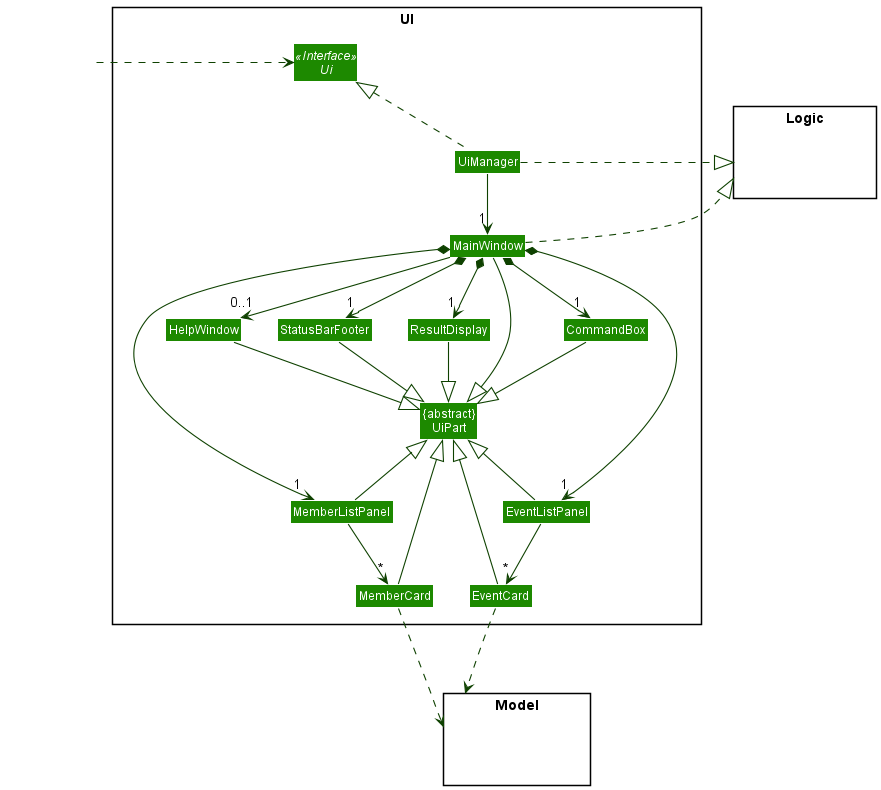
The PlantUML diagram docs/images/UiClassDiagram.png in nus-cs2103-AY2122S1/tp, before a commit.
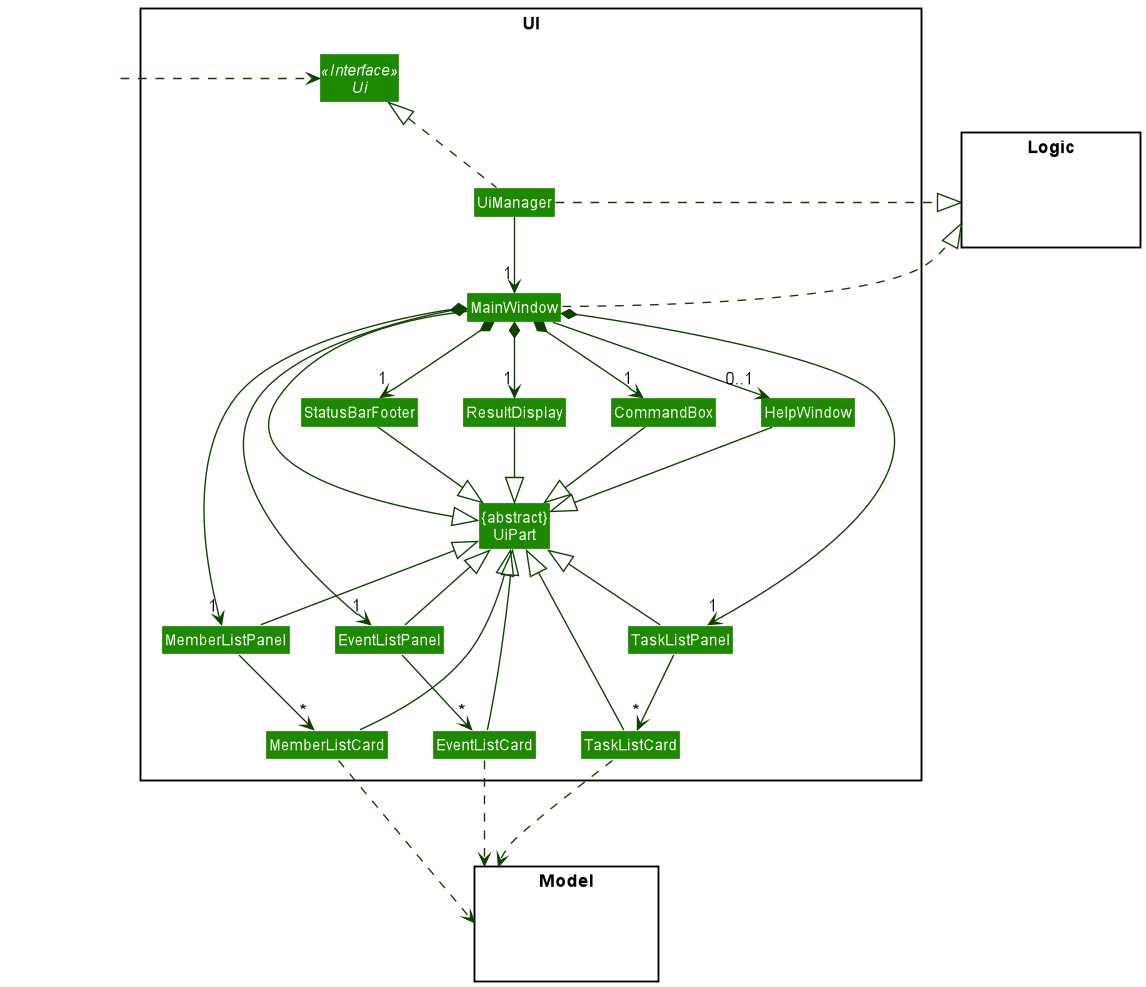
The same diagram one commit later.

The edit, as a diff of the source:
```diff
@@ -12,11 +12,13 @@
 Class HelpWindow
 Class ResultDisplay
 Class MemberListPanel
-Class MemberCard
+Class MemberListCard
 Class StatusBarFooter
 Class CommandBox
 Class EventListPanel
-Class EventCard
+Class EventListCard
+Class TaskListPanel
+Class TaskListCard
 }
 
 package Model <<Rectangle>> {
@@ -39,6 +41,7 @@
 MainWindow -right-|> UiPart
 MainWindow *-down-> "1" MemberListPanel
 MainWindow *-down-> "1" EventListPanel
+MainWindow *-down-> "1" TaskListPanel
 MainWindow *-right-> "1" StatusBarFooter
 MainWindow *-right->  "1" CommandBox
 MainWindow *-right-> "1" ResultDisplay
@@ -48,19 +51,24 @@
 ResultDisplay -[hidden]left- StatusBarFooter
 CommandBox -[hidden]left- ResultDisplay
 EventListPanel -[hidden]left- MemberListPanel
+TaskListPanel -[hidden]left- MemberListPanel
 
 ResultDisplay --|> UiPart
 CommandBox --|> UiPart
 StatusBarFooter --|> UiPart
 HelpWindow --|> UiPart
 MemberListPanel -up-|> UiPart
-MemberCard -up-|> UiPart
+MemberListCard -up-|> UiPart
 EventListPanel -up-|> UiPart
-EventCard -up-|> UiPart
+EventListCard -up-|> UiPart
+TaskListPanel -up-|> UiPart
+TaskListCard -up-|> UiPart
 
-MemberListPanel -down-> "*" MemberCard
-EventListPanel -down-> "*" EventCard
+MemberListPanel -down-> "*" MemberListCard
+EventListPanel -down-> "*" EventListCard
+TaskListPanel -down-> "*" TaskListCard
 
-EventCard -..> Model
-MemberCard -..> Model
+EventListCard -..> Model
+MemberListCard -..> Model
+TaskListCard -..> Model
 @enduml
```
